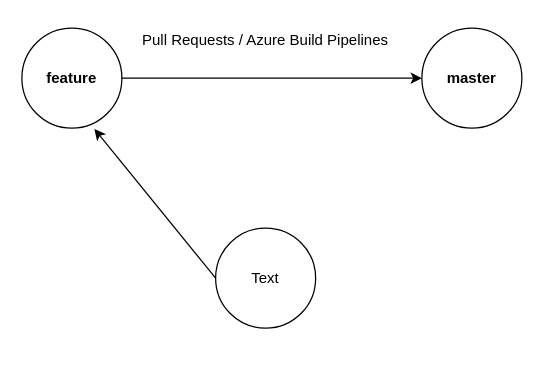
Earlier version of the draw.io diagram BranchStrategy.drawio (surajnaik90/Architectures-Designs). Source tidied: cells renumbered, new cells numbered last; positions are measured from the earlier drawing's top-left corner, leaving out a move shared by most shapes. Both pictures are drawn from the tidied source at 125%, with x=0, y=0 at pixel (21, 21).
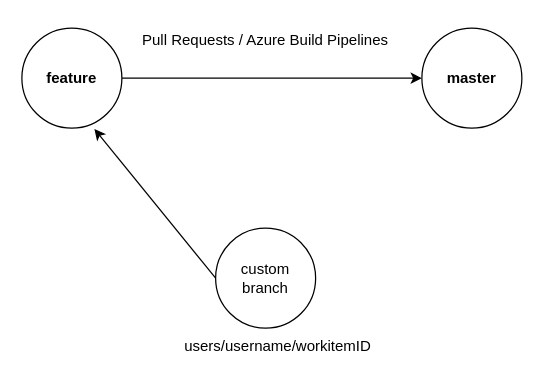
The same diagram, later.

The edit, as a diff of the source:
```diff
@@
 <mxGraphModel>
   <root>
     <mxCell id="0" />
     <mxCell id="1" parent="0" />
-    <mxCell id="2" style="ellipse;whiteSpace=wrap;html=1;" parent="1" vertex="1">
+    <mxCell id="2" value="custom branch" style="ellipse;whiteSpace=wrap;html=1;" parent="1" vertex="1">
       <mxGeometry x="155" y="165" width="80" height="80" as="geometry" />
     </mxCell>
     <mxCell id="3" style="edgeStyle=orthogonalEdgeStyle;rounded=0;jettySize=auto;html=1;entryX=0;entryY=0.5;entryDx=0;entryDy=0;" parent="1" edge="1" source="4" target="5">
       <mxGeometry relative="1" as="geometry" />
     </mxCell>
     <mxCell id="4" style="ellipse;whiteSpace=wrap;html=1;" parent="1" vertex="1">
       <mxGeometry y="5" width="80" height="80" as="geometry" />
     </mxCell>
     <mxCell id="5" style="ellipse;whiteSpace=wrap;html=1;" parent="1" vertex="1">
       <mxGeometry x="320" y="5" width="80" height="80" as="geometry" />
     </mxCell>
     <mxCell id="6" style="endArrow=classic;html=1;rounded=0;entryX=0.725;entryY=1.008;entryDx=0;entryDy=0;exitX=0;exitY=0.5;exitDx=0;exitDy=0;entryPerimeter=0;" parent="1" edge="1" source="2" target="4">
       <mxGeometry relative="1" as="geometry" />
     </mxCell>
     <mxCell id="7" value="feature" style="text;html=1;strokeColor=none;fillColor=none;align=center;verticalAlign=middle;whiteSpace=wrap;rounded=0;fontStyle=1;" parent="1" vertex="1">
       <mxGeometry x="10" y="30" width="60" height="30" as="geometry" />
     </mxCell>
     <mxCell id="8" value="master" style="text;html=1;strokeColor=none;fillColor=none;align=center;verticalAlign=middle;whiteSpace=wrap;rounded=0;fontStyle=1;" parent="1" vertex="1">
       <mxGeometry x="330" y="30" width="60" height="30" as="geometry" />
     </mxCell>
     <mxCell id="9" value="Pull Requests / Azure Build Pipelines" style="text;html=1;strokeColor=none;fillColor=none;align=center;verticalAlign=middle;whiteSpace=wrap;rounded=0;" parent="1" vertex="1">
       <mxGeometry x="90" width="210" height="30" as="geometry" />
     </mxCell>
-    <mxCell id="10" value="Text" style="text;html=1;strokeColor=none;fillColor=none;align=center;verticalAlign=middle;whiteSpace=wrap;rounded=0;" parent="1" vertex="1">
-      <mxGeometry x="165" y="190" width="60" height="30" as="geometry" />
+    <mxCell id="10" value="users/username/workitemID" style="text;html=1;strokeColor=none;fillColor=none;align=center;verticalAlign=middle;whiteSpace=wrap;rounded=0;fontSize=12;" parent="1" vertex="1">
+      <mxGeometry x="175" y="245" width="60" height="30" as="geometry" />
     </mxCell>
   </root>
 </mxGraphModel>
```
